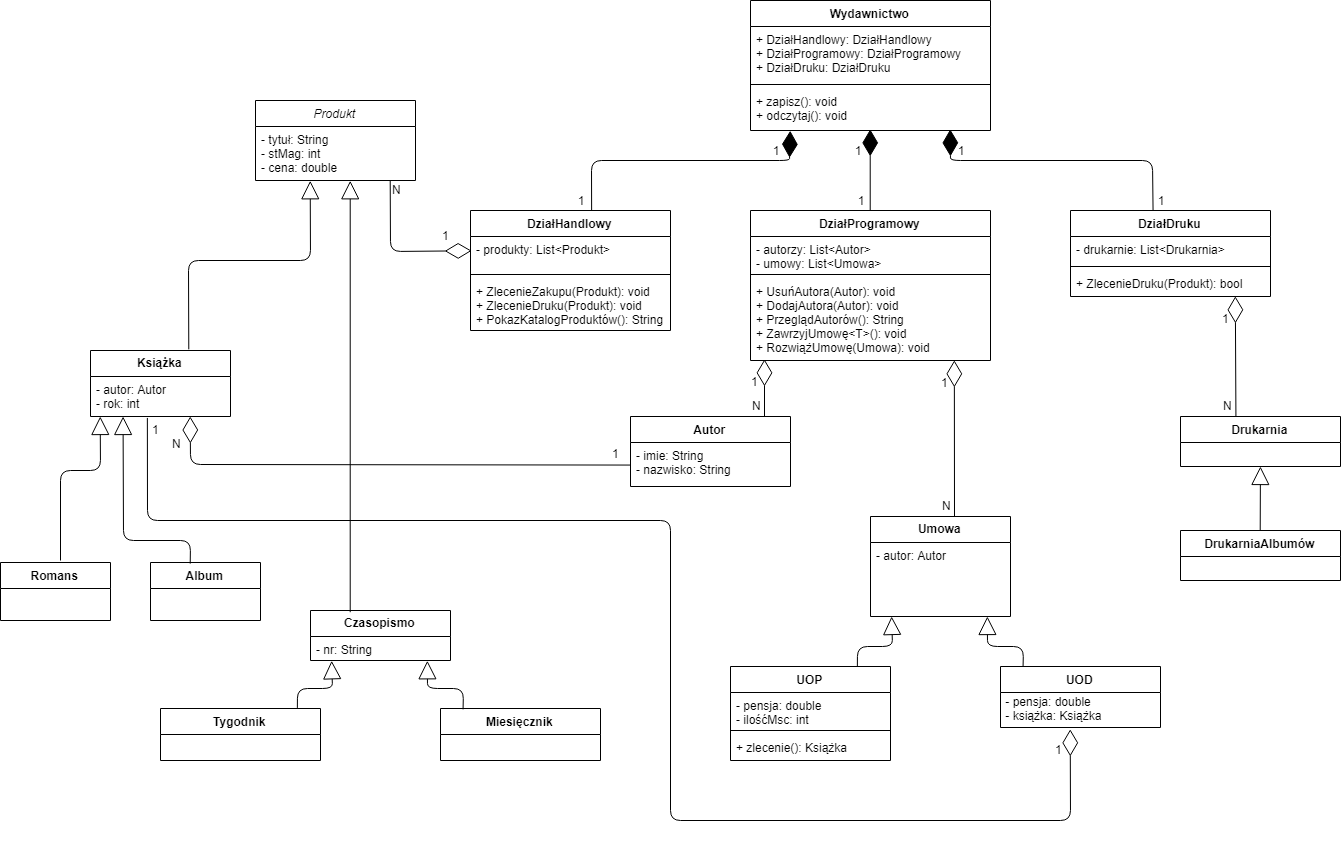
Above: UML/UML.png in Vekz/ProjektPO (draw.io), before the change. Source tidied: cells renumbered, new cells last; positions are measured from the earlier drawing's top-left corner, leaving out a move shared by most shapes.
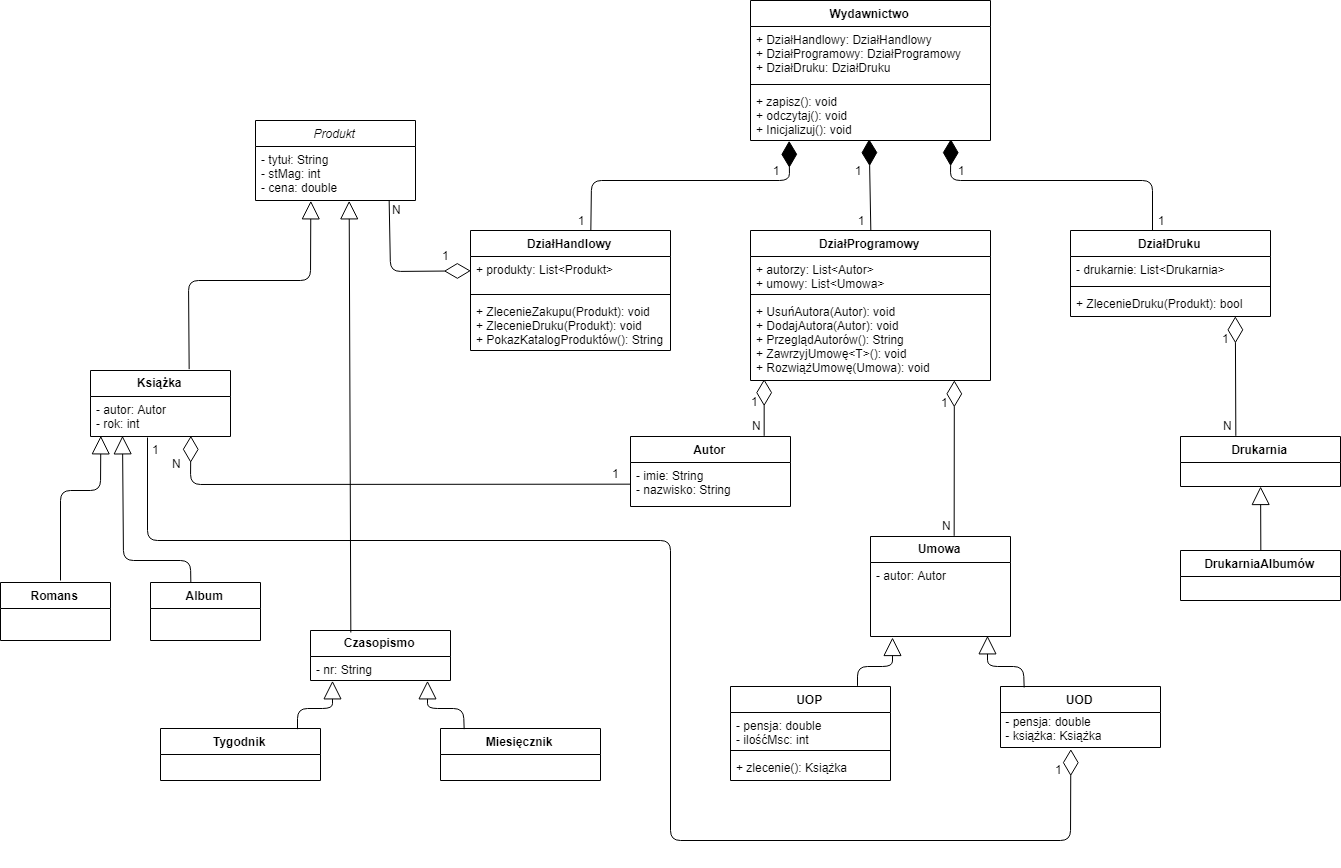
After the commit.

Commit message:
Zmiany w UMLu

The edit, as a diff of the source:
```diff
@@ -3,7 +3,7 @@
     <mxCell id="0" style="html=1;" />
     <mxCell id="1" style="html=1;" parent="0" />
     <mxCell id="2" value="Wydawnictwo" style="swimlane;fontStyle=1;align=center;verticalAlign=top;horizontal=1;startSize=26;labelBackgroundColor=none;" parent="1" vertex="1">
-      <mxGeometry x="750" width="240" height="130" as="geometry" />
+      <mxGeometry x="750" y="-20" width="240" height="140" as="geometry" />
     </mxCell>
     <mxCell id="3" value="+ DziałHandlowy: DziałHandlowy&#10;+ DziałProgramowy: DziałProgramowy&#10;+ DziałDruku: DziałDruku&#10;" style="text;strokeColor=none;fillColor=none;align=left;verticalAlign=top;spacingLeft=4;spacingRight=4;overflow=hidden;" parent="2" vertex="1">
       <mxGeometry y="26" width="240" height="54" as="geometry" />
@@ -11,13 +11,13 @@
     <mxCell id="4" style="line;strokeWidth=1;fillColor=none;align=left;verticalAlign=middle;spacingTop=-1;spacingLeft=3;spacingRight=3;labelPosition=right;" parent="2" vertex="1">
       <mxGeometry y="80" width="240" height="8" as="geometry" />
     </mxCell>
-    <mxCell id="5" value="+ zapisz(): void&#10;+ odczytaj(): void&#10;" style="text;strokeColor=none;fillColor=none;align=left;verticalAlign=top;spacingLeft=4;spacingRight=4;overflow=hidden;points=[[0,0.5],[1,0.5]];portConstraint=eastwest;" parent="2" vertex="1">
-      <mxGeometry y="88" width="240" height="42" as="geometry" />
+    <mxCell id="5" value="+ zapisz(): void&#10;+ odczytaj(): void&#10;+ Inicjalizuj(): void&#10;" style="text;strokeColor=none;fillColor=none;align=left;verticalAlign=top;spacingLeft=4;spacingRight=4;overflow=hidden;points=[[0,0.5],[1,0.5]];portConstraint=eastwest;" parent="2" vertex="1">
+      <mxGeometry y="88" width="240" height="52" as="geometry" />
     </mxCell>
     <mxCell id="6" value="DziałProgramowy" style="swimlane;fontStyle=1;align=center;verticalAlign=top;horizontal=1;startSize=26;labelBackgroundColor=none;" parent="1" vertex="1">
       <mxGeometry x="750" y="210" width="240" height="150" as="geometry" />
     </mxCell>
-    <mxCell id="7" value="- autorzy: List&lt;Autor&gt;&#10;- umowy: List&lt;Umowa&gt;&#10;" style="text;strokeColor=none;fillColor=none;align=left;verticalAlign=top;spacingLeft=4;spacingRight=4;overflow=hidden;" parent="6" vertex="1">
+    <mxCell id="7" value="+ autorzy: List&lt;Autor&gt;&#10;+ umowy: List&lt;Umowa&gt;&#10;" style="text;strokeColor=none;fillColor=none;align=left;verticalAlign=top;spacingLeft=4;spacingRight=4;overflow=hidden;" parent="6" vertex="1">
       <mxGeometry y="26" width="240" height="34" as="geometry" />
     </mxCell>
     <mxCell id="8" style="line;strokeWidth=1;fillColor=none;align=left;verticalAlign=middle;spacingTop=-1;spacingLeft=3;spacingRight=3;labelPosition=right;" parent="6" vertex="1">
@@ -29,7 +29,7 @@
     <mxCell id="10" value="DziałHandlowy" style="swimlane;fontStyle=1;align=center;verticalAlign=top;horizontal=1;startSize=26;labelBackgroundColor=none;" parent="1" vertex="1">
       <mxGeometry x="470" y="210" width="200" height="120" as="geometry" />
     </mxCell>
-    <mxCell id="11" value="- produkty: List&lt;Produkt&gt;&#10;" style="text;strokeColor=none;fillColor=none;align=left;verticalAlign=top;spacingLeft=4;spacingRight=4;overflow=hidden;points=[[0,0.5],[1,0.5]];portConstraint=eastwest;" parent="10" vertex="1">
+    <mxCell id="11" value="+ produkty: List&lt;Produkt&gt;&#10;" style="text;strokeColor=none;fillColor=none;align=left;verticalAlign=top;spacingLeft=4;spacingRight=4;overflow=hidden;points=[[0,0.5],[1,0.5]];portConstraint=eastwest;" parent="10" vertex="1">
       <mxGeometry y="26" width="200" height="34" as="geometry" />
     </mxCell>
     <mxCell id="12" style="line;strokeWidth=1;fillColor=none;align=left;verticalAlign=middle;spacingTop=-1;spacingLeft=3;spacingRight=3;labelPosition=right;" parent="10" vertex="1">
```
